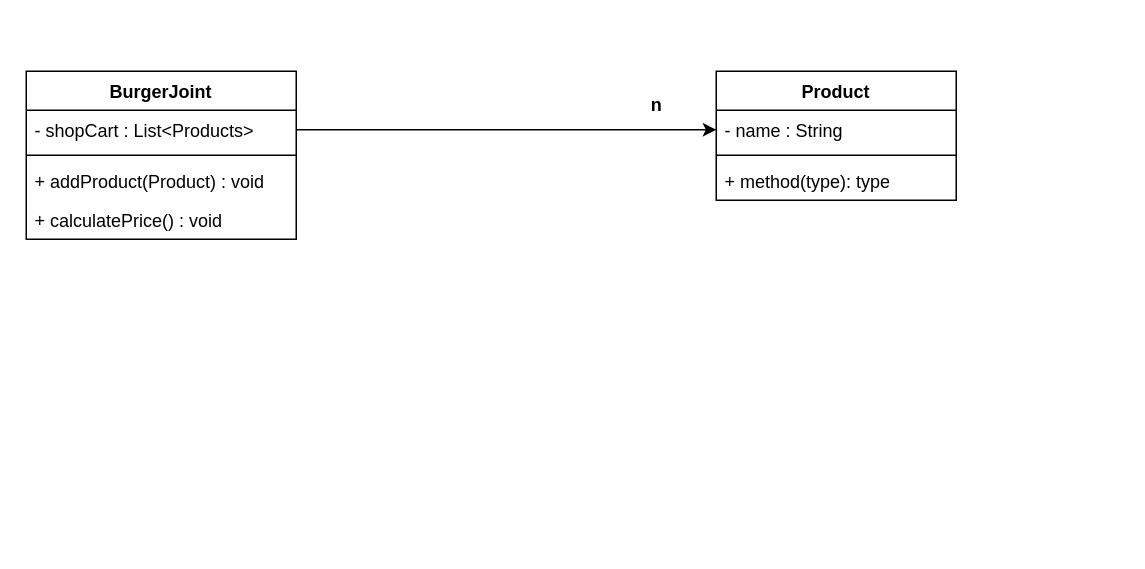
Earlier version of the draw.io diagram Compositepattern.drawio (Shinder-S/designPatterns). Source tidied: cells renumbered, new cells numbered last; positions are measured from the earlier drawing's top-left corner, leaving out a move shared by most shapes. Both pictures are drawn from the tidied source at 150%, with x=0, y=0 at pixel (26, 70).
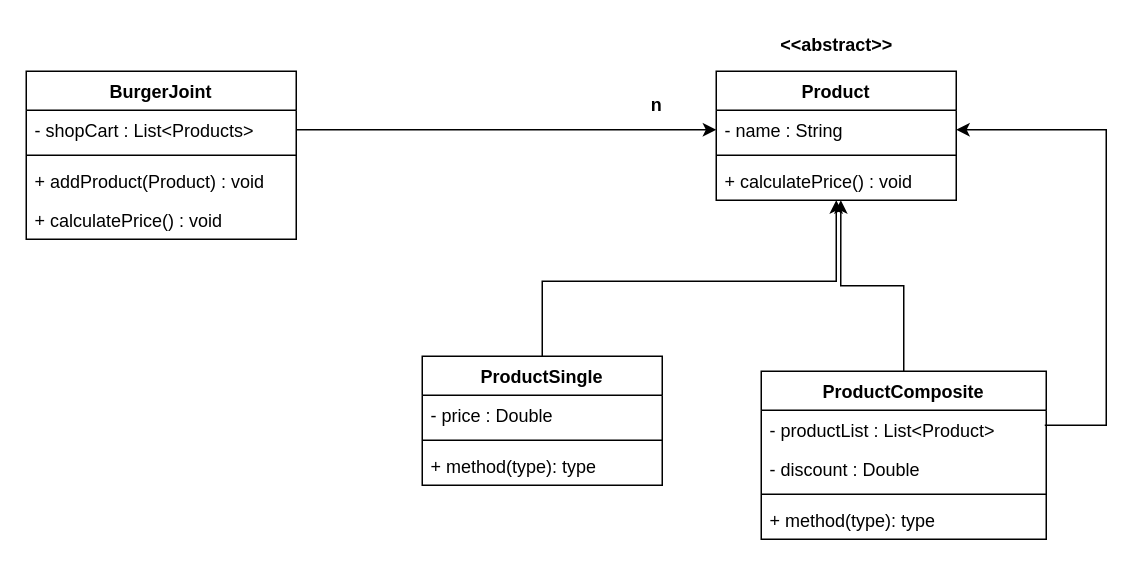
The same diagram, later.

Unchanged cells that the change refers to:
```xml
<mxCell id="7" value="Product" style="swimlane;fontStyle=1;align=center;verticalAlign=top;horizontal=1;startSize=26;whiteSpace=wrap;html=1;" parent="1" vertex="1">
  <mxGeometry x="460" width="160" height="86" as="geometry" />
</mxCell>
<mxCell id="8" value="- name : String" style="text;strokeColor=none;fillColor=none;align=left;verticalAlign=top;spacingLeft=4;spacingRight=4;overflow=hidden;points=[[0,0.5],[1,0.5]];portConstraint=eastwest;whiteSpace=wrap;html=1;" parent="7" vertex="1">
  <mxGeometry y="26" width="160" height="26" as="geometry" />
</mxCell>
```

Change to the diagram source:
```diff
@@
-    <mxCell id="10" value="+ method(type): type" style="text;strokeColor=none;fillColor=none;align=left;verticalAlign=top;spacingLeft=4;spacingRight=4;overflow=hidden;whiteSpace=wrap;html=1;" parent="7" vertex="1">
-      <mxGeometry y="60" width="160" height="26" as="geometry" />
-    </mxCell>
+    <mxCell id="13" value="+ calculatePrice() : void" style="text;strokeColor=none;fillColor=none;align=left;verticalAlign=top;spacingLeft=4;spacingRight=4;overflow=hidden;points=[[0,0.5],[1,0.5]];portConstraint=eastwest;whiteSpace=wrap;html=1;" parent="7" vertex="1">
+      <mxGeometry y="60" width="160" height="26" as="geometry" />
+    </mxCell>
@@
+    <mxCell id="14" style="edgeStyle=orthogonalEdgeStyle;rounded=0;jettySize=auto;html=1;" parent="1" edge="1" source="15" target="7">
+      <mxGeometry relative="1" as="geometry">
+        <Array as="points">
+          <mxPoint x="344" y="140" />
+          <mxPoint x="540" y="140" />
+        </Array>
+      </mxGeometry>
+    </mxCell>
+    <mxCell id="15" value="ProductSingle" style="swimlane;fontStyle=1;align=center;verticalAlign=top;horizontal=1;startSize=26;whiteSpace=wrap;html=1;" parent="1" vertex="1">
+      <mxGeometry x="264" y="190" width="160" height="86" as="geometry" />
+    </mxCell>
+    <mxCell id="16" value="- price : Double" style="text;strokeColor=none;fillColor=none;align=left;verticalAlign=top;spacingLeft=4;spacingRight=4;overflow=hidden;whiteSpace=wrap;html=1;" parent="15" vertex="1">
+      <mxGeometry y="26" width="160" height="26" as="geometry" />
+    </mxCell>
+    <mxCell id="17" style="line;strokeWidth=1;fillColor=none;align=left;verticalAlign=middle;spacingTop=-1;spacingLeft=3;spacingRight=3;labelPosition=right;strokeColor=inherit;" parent="15" vertex="1">
+      <mxGeometry y="52" width="160" height="8" as="geometry" />
+    </mxCell>
+    <mxCell id="18" value="+ method(type): type" style="text;strokeColor=none;fillColor=none;align=left;verticalAlign=top;spacingLeft=4;spacingRight=4;overflow=hidden;whiteSpace=wrap;html=1;" parent="15" vertex="1">
+      <mxGeometry y="60" width="160" height="26" as="geometry" />
+    </mxCell>
+    <mxCell id="19" style="edgeStyle=orthogonalEdgeStyle;rounded=0;jettySize=auto;html=1;entryX=1;entryY=0.5;entryDx=0;entryDy=0;" parent="1" edge="1" target="8">
+      <mxGeometry relative="1" as="geometry">
+        <mxPoint x="679" y="236" as="sourcePoint" />
+        <Array as="points">
+          <mxPoint x="720" y="236" />
+          <mxPoint x="720" y="39" />
+        </Array>
+      </mxGeometry>
+    </mxCell>
+    <mxCell id="20" value="ProductComposite" style="swimlane;fontStyle=1;align=center;verticalAlign=top;horizontal=1;startSize=26;whiteSpace=wrap;html=1;" parent="1" vertex="1">
+      <mxGeometry x="490" y="200" width="190" height="112" as="geometry" />
+    </mxCell>
+    <mxCell id="21" value="- productList : List&amp;lt;Product&amp;gt;" style="text;strokeColor=none;fillColor=none;align=left;verticalAlign=top;spacingLeft=4;spacingRight=4;overflow=hidden;whiteSpace=wrap;html=1;" parent="20" vertex="1">
+      <mxGeometry y="26" width="190" height="26" as="geometry" />
+    </mxCell>
+    <mxCell id="10" value="- discount : Double" style="text;strokeColor=none;fillColor=none;align=left;verticalAlign=top;spacingLeft=4;spacingRight=4;overflow=hidden;whiteSpace=wrap;html=1;" parent="20" vertex="1">
+      <mxGeometry y="52" width="190" height="26" as="geometry" />
+    </mxCell>
+    <mxCell id="22" style="line;strokeWidth=1;fillColor=none;align=left;verticalAlign=middle;spacingTop=-1;spacingLeft=3;spacingRight=3;labelPosition=right;strokeColor=inherit;" parent="20" vertex="1">
+      <mxGeometry y="78" width="190" height="8" as="geometry" />
+    </mxCell>
+    <mxCell id="23" value="+ method(type): type" style="text;strokeColor=none;fillColor=none;align=left;verticalAlign=top;spacingLeft=4;spacingRight=4;overflow=hidden;whiteSpace=wrap;html=1;" parent="20" vertex="1">
+      <mxGeometry y="86" width="190" height="26" as="geometry" />
+    </mxCell>
+    <mxCell id="24" style="edgeStyle=orthogonalEdgeStyle;rounded=0;jettySize=auto;html=1;entryX=0.519;entryY=1;entryDx=0;entryDy=0;entryPerimeter=0;" parent="1" edge="1" source="20" target="13">
+      <mxGeometry relative="1" as="geometry" />
+    </mxCell>
+    <mxCell id="25" value="&amp;lt;&amp;lt;abstract&amp;gt;&amp;gt;" style="text;align=center;fontStyle=1;verticalAlign=middle;spacingLeft=3;spacingRight=3;strokeColor=none;html=1;" parent="1" vertex="1">
+      <mxGeometry x="500" y="-30" width="80" height="26" as="geometry" />
+    </mxCell>
```
